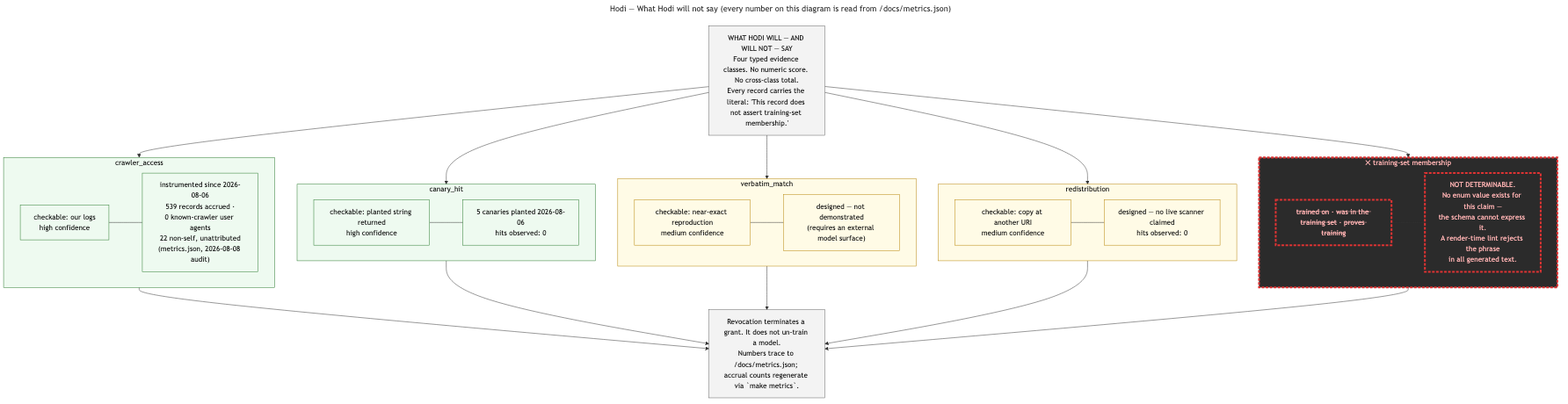
Earlier version of the Mermaid export docs/architecture/diagram_b_what_hodi_will_not_say.png (Jeremiah-Sakuda/Hodi). Its source is kept beside it as docs/architecture/diagram_b_what_hodi_will_not_say.mmd.
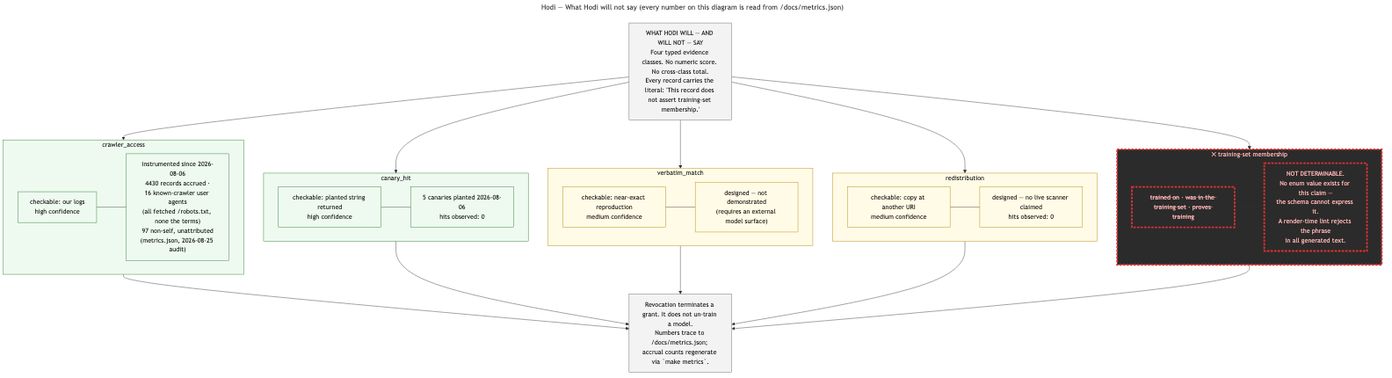
The same file after the commit.

The edit, as a diff of the source:
```diff
@@ -7,7 +7,7 @@
 
     subgraph C1["crawler_access"]
         C1a["checkable: our logs<br/>high confidence"]
-        C1b["instrumented since 2026-08-06<br/>3291 records accrued ·<br/>9 known-crawler user agents<br/>(all fetched /robots.txt, none the terms)<br/>74 non-self, unattributed<br/>(metrics.json, 2026-08-21 audit)"]
+        C1b["instrumented since 2026-08-06<br/>4430 records accrued ·<br/>16 known-crawler user agents<br/>(all fetched /robots.txt, none the terms)<br/>97 non-self, unattributed<br/>(metrics.json, 2026-08-25 audit)"]
         C1a --- C1b
     end
 
```
